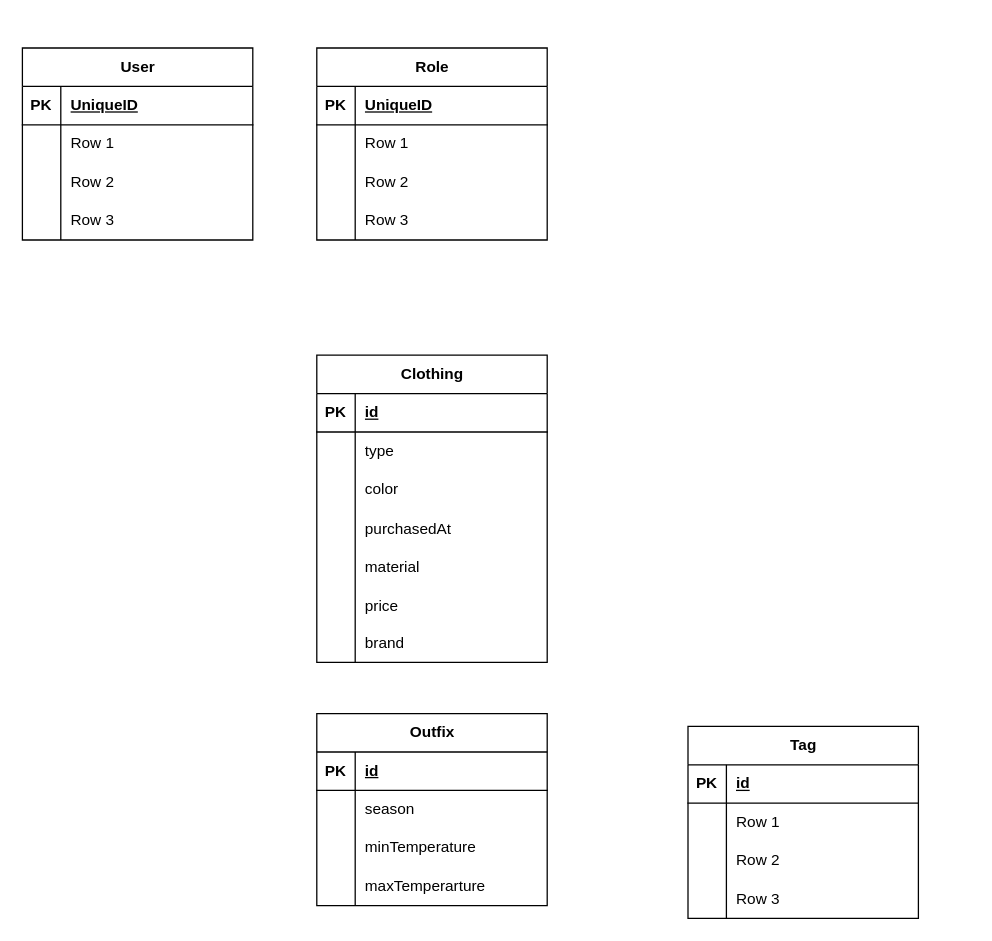
This is page "ER-V1" (1 of 2) of sort.drawio from huangshijie/Drawio, a draw.io file, before an edit. Source tidied: cells renumbered, new cells numbered last; positions are measured from the earlier drawing's top-left corner, leaving out a move shared by most shapes. Both pictures are drawn from the tidied source at 128%, with x=0, y=0 at pixel (22, 47).
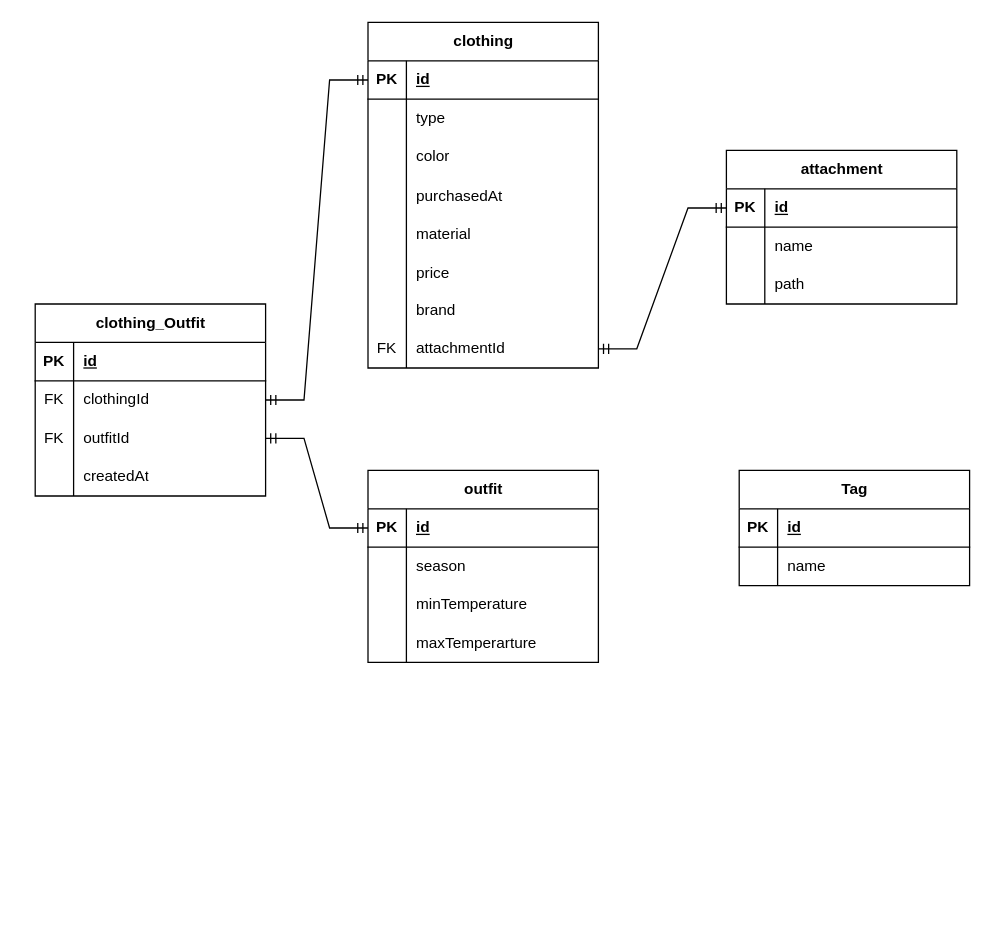
Above is the later version.

Unchanged cells that the change refers to:
```xml
<mxCell id="3" style="shape=tableRow;horizontal=0;startSize=0;swimlaneHead=0;swimlaneBody=0;fillColor=none;points=[[0,0.5],[1,0.5]];portConstraint=eastwest;top=0;left=0;right=0;bottom=1;" parent="2" vertex="1">
  <mxGeometry y="30" width="180" height="30" as="geometry" />
</mxCell>
<mxCell id="51" style="shape=tableRow;horizontal=0;startSize=0;swimlaneHead=0;swimlaneBody=0;fillColor=none;points=[[0,0.5],[1,0.5]];portConstraint=eastwest;top=0;left=0;right=0;bottom=1;" parent="50" vertex="1">
  <mxGeometry y="30" width="180" height="30" as="geometry" />
</mxCell>
<mxCell id="67" style="shape=tableRow;horizontal=0;startSize=0;swimlaneHead=0;swimlaneBody=0;fillColor=none;top=0;left=0;right=0;bottom=0;" parent="63" vertex="1">
  <mxGeometry y="60" width="180" height="30" as="geometry" />
</mxCell>
```

What changed in the source:
```diff
@@
-    <mxCell id="2" value="Clothing" style="shape=table;startSize=30;childLayout=tableLayout;rowLines=0;fontStyle=1;align=center;html=1;" parent="1" vertex="1">
-      <mxGeometry x="230" y="240" width="180" height="240" as="geometry" />
+    <mxCell id="2" value="clothing" style="shape=table;startSize=30;childLayout=tableLayout;rowLines=0;fontStyle=1;align=center;html=1;" parent="1" vertex="1">
+      <mxGeometry x="270" y="-20" width="180" height="270" as="geometry" />
     </mxCell>
@@
-    <mxCell id="24" value="User" style="shape=table;startSize=30;childLayout=tableLayout;rowLines=0;fontStyle=1;align=center;html=1;" parent="1" vertex="1">
-      <mxGeometry width="180" height="150" as="geometry" />
-    </mxCell>
-    <mxCell id="25" style="shape=tableRow;horizontal=0;startSize=0;swimlaneHead=0;swimlaneBody=0;fillColor=none;top=0;left=0;right=0;bottom=1;" parent="24" vertex="1">
-      <mxGeometry y="30" width="180" height="30" as="geometry" />
-    </mxCell>
-    <mxCell id="26" value="PK" style="shape=partialRectangle;fillColor=none;top=0;left=0;bottom=0;right=0;fontStyle=1;overflow=hidden;whiteSpace=wrap;html=1;" parent="25" vertex="1">
-      <mxGeometry width="30" height="30" as="geometry" />
-    </mxCell>
-    <mxCell id="27" value="UniqueID" style="shape=partialRectangle;fillColor=none;top=0;left=0;bottom=0;right=0;align=left;spacingLeft=6;fontStyle=5;overflow=hidden;whiteSpace=wrap;html=1;" parent="25" vertex="1">
-      <mxGeometry x="30" width="150" height="30" as="geometry" />
-    </mxCell>
-    <mxCell id="28" style="shape=tableRow;horizontal=0;startSize=0;swimlaneHead=0;swimlaneBody=0;fillColor=none;top=0;left=0;right=0;bottom=0;" parent="24" vertex="1">
-      <mxGeometry y="60" width="180" height="30" as="geometry" />
-    </mxCell>
-    <mxCell id="29" style="shape=partialRectangle;fillColor=none;top=0;left=0;bottom=0;right=0;overflow=hidden;whiteSpace=wrap;html=1;" parent="28" vertex="1">
-      <mxGeometry width="30" height="30" as="geometry" />
-    </mxCell>
-    <mxCell id="30" value="Row 1" style="shape=partialRectangle;fillColor=none;top=0;left=0;bottom=0;right=0;align=left;spacingLeft=6;overflow=hidden;whiteSpace=wrap;html=1;" parent="28" vertex="1">
-      <mxGeometry x="30" width="150" height="30" as="geometry" />
-    </mxCell>
-    <mxCell id="31" style="shape=tableRow;horizontal=0;startSize=0;swimlaneHead=0;swimlaneBody=0;fillColor=none;top=0;left=0;right=0;bottom=0;" parent="24" vertex="1">
-      <mxGeometry y="90" width="180" height="30" as="geometry" />
-    </mxCell>
-    <mxCell id="32" style="shape=partialRectangle;fillColor=none;top=0;left=0;bottom=0;right=0;overflow=hidden;whiteSpace=wrap;html=1;" parent="31" vertex="1">
-      <mxGeometry width="30" height="30" as="geometry" />
-    </mxCell>
-    <mxCell id="33" value="Row 2" style="shape=partialRectangle;fillColor=none;top=0;left=0;bottom=0;right=0;align=left;spacingLeft=6;overflow=hidden;whiteSpace=wrap;html=1;" parent="31" vertex="1">
-      <mxGeometry x="30" width="150" height="30" as="geometry" />
-    </mxCell>
-    <mxCell id="34" style="shape=tableRow;horizontal=0;startSize=0;swimlaneHead=0;swimlaneBody=0;fillColor=none;top=0;left=0;right=0;bottom=0;" parent="24" vertex="1">
-      <mxGeometry y="120" width="180" height="30" as="geometry" />
-    </mxCell>
-    <mxCell id="35" style="shape=partialRectangle;fillColor=none;top=0;left=0;bottom=0;right=0;overflow=hidden;whiteSpace=wrap;html=1;" parent="34" vertex="1">
-      <mxGeometry width="30" height="30" as="geometry" />
-    </mxCell>
-    <mxCell id="36" value="Row 3" style="shape=partialRectangle;fillColor=none;top=0;left=0;bottom=0;right=0;align=left;spacingLeft=6;overflow=hidden;whiteSpace=wrap;html=1;" parent="34" vertex="1">
-      <mxGeometry x="30" width="150" height="30" as="geometry" />
-    </mxCell>
-    <mxCell id="37" value="Role" style="shape=table;startSize=30;childLayout=tableLayout;rowLines=0;fontStyle=1;align=center;html=1;" parent="1" vertex="1">
-      <mxGeometry x="230" width="180" height="150" as="geometry" />
-    </mxCell>
-    <mxCell id="38" style="shape=tableRow;horizontal=0;startSize=0;swimlaneHead=0;swimlaneBody=0;fillColor=none;top=0;left=0;right=0;bottom=1;" parent="37" vertex="1">
-      <mxGeometry y="30" width="180" height="30" as="geometry" />
-    </mxCell>
-    <mxCell id="39" value="PK" style="shape=partialRectangle;fillColor=none;top=0;left=0;bottom=0;right=0;fontStyle=1;overflow=hidden;whiteSpace=wrap;html=1;" parent="38" vertex="1">
-      <mxGeometry width="30" height="30" as="geometry" />
-    </mxCell>
-    <mxCell id="40" value="UniqueID" style="shape=partialRectangle;fillColor=none;top=0;left=0;bottom=0;right=0;align=left;spacingLeft=6;fontStyle=5;overflow=hidden;whiteSpace=wrap;html=1;" parent="38" vertex="1">
-      <mxGeometry x="30" width="150" height="30" as="geometry" />
-    </mxCell>
-    <mxCell id="41" style="shape=tableRow;horizontal=0;startSize=0;swimlaneHead=0;swimlaneBody=0;fillColor=none;top=0;left=0;right=0;bottom=0;" parent="37" vertex="1">
-      <mxGeometry y="60" width="180" height="30" as="geometry" />
-    </mxCell>
-    <mxCell id="42" style="shape=partialRectangle;fillColor=none;top=0;left=0;bottom=0;right=0;overflow=hidden;whiteSpace=wrap;html=1;" parent="41" vertex="1">
-      <mxGeometry width="30" height="30" as="geometry" />
-    </mxCell>
-    <mxCell id="43" value="Row 1" style="shape=partialRectangle;fillColor=none;top=0;left=0;bottom=0;right=0;align=left;spacingLeft=6;overflow=hidden;whiteSpace=wrap;html=1;" parent="41" vertex="1">
-      <mxGeometry x="30" width="150" height="30" as="geometry" />
-    </mxCell>
-    <mxCell id="44" style="shape=tableRow;horizontal=0;startSize=0;swimlaneHead=0;swimlaneBody=0;fillColor=none;top=0;left=0;right=0;bottom=0;" parent="37" vertex="1">
-      <mxGeometry y="90" width="180" height="30" as="geometry" />
-    </mxCell>
-    <mxCell id="45" style="shape=partialRectangle;fillColor=none;top=0;left=0;bottom=0;right=0;overflow=hidden;whiteSpace=wrap;html=1;" parent="44" vertex="1">
-      <mxGeometry width="30" height="30" as="geometry" />
-    </mxCell>
-    <mxCell id="46" value="Row 2" style="shape=partialRectangle;fillColor=none;top=0;left=0;bottom=0;right=0;align=left;spacingLeft=6;overflow=hidden;whiteSpace=wrap;html=1;" parent="44" vertex="1">
-      <mxGeometry x="30" width="150" height="30" as="geometry" />
-    </mxCell>
-    <mxCell id="47" style="shape=tableRow;horizontal=0;startSize=0;swimlaneHead=0;swimlaneBody=0;fillColor=none;top=0;left=0;right=0;bottom=0;" parent="37" vertex="1">
-      <mxGeometry y="120" width="180" height="30" as="geometry" />
-    </mxCell>
-    <mxCell id="48" style="shape=partialRectangle;fillColor=none;top=0;left=0;bottom=0;right=0;overflow=hidden;whiteSpace=wrap;html=1;" parent="47" vertex="1">
-      <mxGeometry width="30" height="30" as="geometry" />
-    </mxCell>
-    <mxCell id="49" value="Row 3" style="shape=partialRectangle;fillColor=none;top=0;left=0;bottom=0;right=0;align=left;spacingLeft=6;overflow=hidden;whiteSpace=wrap;html=1;" parent="47" vertex="1">
-      <mxGeometry x="30" width="150" height="30" as="geometry" />
-    </mxCell>
+    <mxCell id="76" style="shape=tableRow;horizontal=0;startSize=0;swimlaneHead=0;swimlaneBody=0;fillColor=none;points=[[0,0.5],[1,0.5]];portConstraint=eastwest;top=0;left=0;right=0;bottom=0;" parent="2" vertex="1">
+      <mxGeometry y="240" width="180" height="30" as="geometry" />
+    </mxCell>
+    <mxCell id="77" value="FK" style="shape=partialRectangle;fillColor=none;top=0;left=0;bottom=0;right=0;fontStyle=0;overflow=hidden;whiteSpace=wrap;html=1;" parent="76" vertex="1">
+      <mxGeometry width="30" height="30" as="geometry" />
+    </mxCell>
+    <mxCell id="78" value="attachmentId" style="shape=partialRectangle;fillColor=none;top=0;left=0;bottom=0;right=0;align=left;spacingLeft=6;fontStyle=0;overflow=hidden;whiteSpace=wrap;html=1;" parent="76" vertex="1">
+      <mxGeometry x="30" width="150" height="30" as="geometry" />
+    </mxCell>
-    <mxCell id="50" value="Outfix" style="shape=table;startSize=30;childLayout=tableLayout;rowLines=0;fontStyle=1;align=center;html=1;" parent="1" vertex="1">
-      <mxGeometry x="230" y="520" width="180" height="150" as="geometry" />
+    <mxCell id="50" value="outfit" style="shape=table;startSize=30;childLayout=tableLayout;rowLines=0;fontStyle=1;align=center;html=1;" parent="1" vertex="1">
+      <mxGeometry x="270" y="330" width="180" height="150" as="geometry" />
     </mxCell>
@@
     <mxCell id="63" value="Tag" style="shape=table;startSize=30;childLayout=tableLayout;rowLines=0;fontStyle=1;align=center;html=1;" parent="1" vertex="1">
-      <mxGeometry x="520" y="530" width="180" height="150" as="geometry" />
+      <mxGeometry x="560" y="330" width="180" height="90" as="geometry" />
     </mxCell>
@@
-    <mxCell id="69" value="Row 1" style="shape=partialRectangle;fillColor=none;top=0;left=0;bottom=0;right=0;align=left;spacingLeft=6;overflow=hidden;whiteSpace=wrap;html=1;" parent="67" vertex="1">
+    <mxCell id="69" value="name" style="shape=partialRectangle;fillColor=none;top=0;left=0;bottom=0;right=0;align=left;spacingLeft=6;overflow=hidden;whiteSpace=wrap;html=1;" parent="67" vertex="1">
       <mxGeometry x="30" width="150" height="30" as="geometry" />
     </mxCell>
-    <mxCell id="70" style="shape=tableRow;horizontal=0;startSize=0;swimlaneHead=0;swimlaneBody=0;fillColor=none;top=0;left=0;right=0;bottom=0;" parent="63" vertex="1">
-      <mxGeometry y="90" width="180" height="30" as="geometry" />
-    </mxCell>
-    <mxCell id="71" style="shape=partialRectangle;fillColor=none;top=0;left=0;bottom=0;right=0;overflow=hidden;whiteSpace=wrap;html=1;" parent="70" vertex="1">
-      <mxGeometry width="30" height="30" as="geometry" />
-    </mxCell>
-    <mxCell id="72" value="Row 2" style="shape=partialRectangle;fillColor=none;top=0;left=0;bottom=0;right=0;align=left;spacingLeft=6;overflow=hidden;whiteSpace=wrap;html=1;" parent="70" vertex="1">
-      <mxGeometry x="30" width="150" height="30" as="geometry" />
-    </mxCell>
-    <mxCell id="73" style="shape=tableRow;horizontal=0;startSize=0;swimlaneHead=0;swimlaneBody=0;fillColor=none;top=0;left=0;right=0;bottom=0;" parent="63" vertex="1">
-      <mxGeometry y="120" width="180" height="30" as="geometry" />
-    </mxCell>
-    <mxCell id="74" style="shape=partialRectangle;fillColor=none;top=0;left=0;bottom=0;right=0;overflow=hidden;whiteSpace=wrap;html=1;" parent="73" vertex="1">
-      <mxGeometry width="30" height="30" as="geometry" />
-    </mxCell>
-    <mxCell id="75" value="Row 3" style="shape=partialRectangle;fillColor=none;top=0;left=0;bottom=0;right=0;align=left;spacingLeft=6;overflow=hidden;whiteSpace=wrap;html=1;" parent="73" vertex="1">
-      <mxGeometry x="30" width="150" height="30" as="geometry" />
-    </mxCell>
+    <mxCell id="79" value="clothing_Outfit" style="shape=table;startSize=30;childLayout=tableLayout;rowLines=0;fontStyle=1;align=center;html=1;" parent="1" vertex="1">
+      <mxGeometry x="10" y="200" width="180" height="150" as="geometry" />
+    </mxCell>
+    <mxCell id="80" style="shape=tableRow;horizontal=0;startSize=0;swimlaneHead=0;swimlaneBody=0;fillColor=none;top=0;left=0;right=0;bottom=1;" parent="79" vertex="1">
+      <mxGeometry y="30" width="180" height="30" as="geometry" />
+    </mxCell>
+    <mxCell id="81" value="PK" style="shape=partialRectangle;fillColor=none;top=0;left=0;bottom=0;right=0;fontStyle=1;overflow=hidden;whiteSpace=wrap;html=1;" parent="80" vertex="1">
+      <mxGeometry width="30" height="30" as="geometry" />
+    </mxCell>
+    <mxCell id="82" value="id" style="shape=partialRectangle;fillColor=none;top=0;left=0;bottom=0;right=0;align=left;spacingLeft=6;fontStyle=5;overflow=hidden;whiteSpace=wrap;html=1;" parent="80" vertex="1">
+      <mxGeometry x="30" width="150" height="30" as="geometry" />
+    </mxCell>
+    <mxCell id="83" style="shape=tableRow;horizontal=0;startSize=0;swimlaneHead=0;swimlaneBody=0;fillColor=none;points=[[0,0.5],[1,0.5]];portConstraint=eastwest;top=0;left=0;right=0;bottom=0;" parent="79" vertex="1">
+      <mxGeometry y="60" width="180" height="30" as="geometry" />
+    </mxCell>
+    <mxCell id="84" value="FK" style="shape=partialRectangle;fillColor=none;top=0;left=0;bottom=0;right=0;fontStyle=0;overflow=hidden;whiteSpace=wrap;html=1;" parent="83" vertex="1">
+      <mxGeometry width="30" height="30" as="geometry" />
+    </mxCell>
+    <mxCell id="85" value="clothingId" style="shape=partialRectangle;fillColor=none;top=0;left=0;bottom=0;right=0;align=left;spacingLeft=6;fontStyle=0;overflow=hidden;whiteSpace=wrap;html=1;" parent="83" vertex="1">
+      <mxGeometry x="30" width="150" height="30" as="geometry" />
+    </mxCell>
+    <mxCell id="86" style="shape=tableRow;horizontal=0;startSize=0;swimlaneHead=0;swimlaneBody=0;fillColor=none;points=[[0,0.5],[1,0.5]];portConstraint=eastwest;top=0;left=0;right=0;bottom=0;" parent="79" vertex="1">
+      <mxGeometry y="90" width="180" height="30" as="geometry" />
+    </mxCell>
+    <mxCell id="87" value="FK" style="shape=partialRectangle;fillColor=none;top=0;left=0;bottom=0;right=0;fontStyle=0;overflow=hidden;whiteSpace=wrap;html=1;" parent="86" vertex="1">
+      <mxGeometry width="30" height="30" as="geometry" />
+    </mxCell>
+    <mxCell id="88" value="outfitId" style="shape=partialRectangle;fillColor=none;top=0;left=0;bottom=0;right=0;align=left;spacingLeft=6;fontStyle=0;overflow=hidden;whiteSpace=wrap;html=1;" parent="86" vertex="1">
+      <mxGeometry x="30" width="150" height="30" as="geometry" />
+    </mxCell>
+    <mxCell id="89" style="shape=tableRow;horizontal=0;startSize=0;swimlaneHead=0;swimlaneBody=0;fillColor=none;top=0;left=0;right=0;bottom=0;" parent="79" vertex="1">
+      <mxGeometry y="120" width="180" height="30" as="geometry" />
+    </mxCell>
+    <mxCell id="90" style="shape=partialRectangle;fillColor=none;top=0;left=0;bottom=0;right=0;overflow=hidden;whiteSpace=wrap;html=1;" parent="89" vertex="1">
+      <mxGeometry width="30" height="30" as="geometry" />
+    </mxCell>
+    <mxCell id="91" value="createdAt" style="shape=partialRectangle;fillColor=none;top=0;left=0;bottom=0;right=0;align=left;spacingLeft=6;overflow=hidden;whiteSpace=wrap;html=1;" parent="89" vertex="1">
+      <mxGeometry x="30" width="150" height="30" as="geometry" />
+    </mxCell>
+    <mxCell id="92" value="attachment" style="shape=table;startSize=30;childLayout=tableLayout;rowLines=0;fontStyle=1;align=center;html=1;" parent="1" vertex="1">
+      <mxGeometry x="550" y="80" width="180" height="120" as="geometry" />
+    </mxCell>
+    <mxCell id="93" style="shape=tableRow;horizontal=0;startSize=0;swimlaneHead=0;swimlaneBody=0;fillColor=none;points=[[0,0.5],[1,0.5]];portConstraint=eastwest;top=0;left=0;right=0;bottom=1;" parent="92" vertex="1">
+      <mxGeometry y="30" width="180" height="30" as="geometry" />
+    </mxCell>
+    <mxCell id="94" value="PK" style="shape=partialRectangle;fillColor=none;top=0;left=0;bottom=0;right=0;fontStyle=1;overflow=hidden;whiteSpace=wrap;html=1;" parent="93" vertex="1">
+      <mxGeometry width="30" height="30" as="geometry" />
+    </mxCell>
+    <mxCell id="95" value="id" style="shape=partialRectangle;fillColor=none;top=0;left=0;bottom=0;right=0;align=left;spacingLeft=6;fontStyle=5;overflow=hidden;whiteSpace=wrap;html=1;" parent="93" vertex="1">
+      <mxGeometry x="30" width="150" height="30" as="geometry" />
+    </mxCell>
+    <mxCell id="96" style="shape=tableRow;horizontal=0;startSize=0;swimlaneHead=0;swimlaneBody=0;fillColor=none;top=0;left=0;right=0;bottom=0;" parent="92" vertex="1">
+      <mxGeometry y="60" width="180" height="30" as="geometry" />
+    </mxCell>
+    <mxCell id="97" style="shape=partialRectangle;fillColor=none;top=0;left=0;bottom=0;right=0;overflow=hidden;whiteSpace=wrap;html=1;" parent="96" vertex="1">
+      <mxGeometry width="30" height="30" as="geometry" />
+    </mxCell>
+    <mxCell id="98" value="name" style="shape=partialRectangle;fillColor=none;top=0;left=0;bottom=0;right=0;align=left;spacingLeft=6;overflow=hidden;whiteSpace=wrap;html=1;" parent="96" vertex="1">
+      <mxGeometry x="30" width="150" height="30" as="geometry" />
+    </mxCell>
+    <mxCell id="99" style="shape=tableRow;horizontal=0;startSize=0;swimlaneHead=0;swimlaneBody=0;fillColor=none;top=0;left=0;right=0;bottom=0;" parent="92" vertex="1">
+      <mxGeometry y="90" width="180" height="30" as="geometry" />
+    </mxCell>
+    <mxCell id="100" style="shape=partialRectangle;fillColor=none;top=0;left=0;bottom=0;right=0;overflow=hidden;whiteSpace=wrap;html=1;" parent="99" vertex="1">
+      <mxGeometry width="30" height="30" as="geometry" />
+    </mxCell>
+    <mxCell id="101" value="path" style="shape=partialRectangle;fillColor=none;top=0;left=0;bottom=0;right=0;align=left;spacingLeft=6;overflow=hidden;whiteSpace=wrap;html=1;" parent="99" vertex="1">
+      <mxGeometry x="30" width="150" height="30" as="geometry" />
+    </mxCell>
+    <mxCell id="102" style="edgeStyle=entityRelationEdgeStyle;fontSize=12;html=1;endArrow=ERmandOne;startArrow=ERmandOne;rounded=0;" parent="1" edge="1" source="76" target="93">
+      <mxGeometry relative="1" as="geometry" />
+    </mxCell>
+    <mxCell id="103" style="edgeStyle=entityRelationEdgeStyle;fontSize=12;html=1;endArrow=ERmandOne;startArrow=ERmandOne;rounded=0;" parent="1" edge="1" source="86" target="51">
+      <mxGeometry relative="1" as="geometry" />
+    </mxCell>
+    <mxCell id="104" style="edgeStyle=entityRelationEdgeStyle;fontSize=12;html=1;endArrow=ERmandOne;startArrow=ERmandOne;rounded=0;" parent="1" edge="1" source="83" target="3">
+      <mxGeometry relative="1" as="geometry" />
+    </mxCell>
```
